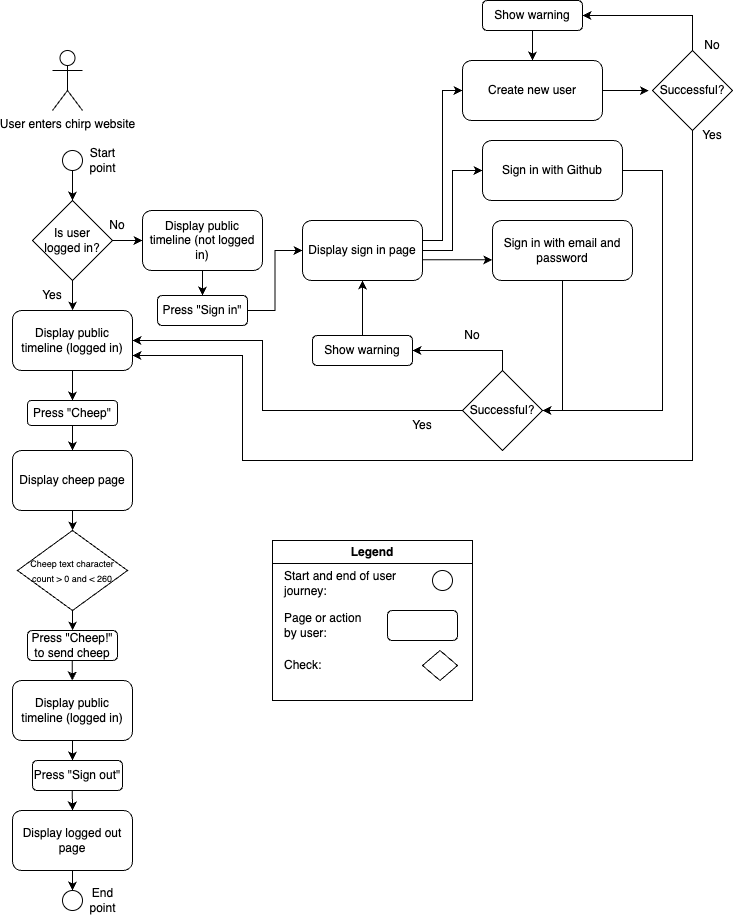
ITU-BDSA23-GROUP17/Chirp keeps this draw.io diagram as docs/images/uml/user-scenario.drawio.png. Above is the earlier version. Source tidied: cells renumbered, new cells last; positions are measured from the earlier drawing's top-left corner, leaving out a move shared by most shapes. Its diagram source:
```xml
<mxGraphModel background="#ffffff">
  <root>
    <mxCell id="0" />
    <mxCell id="1" parent="0" />
    <mxCell id="2" style="edgeStyle=orthogonalEdgeStyle;rounded=0;jettySize=auto;html=1;entryX=0.5;entryY=0;entryDx=0;entryDy=0;" parent="1" edge="1" source="3" target="6">
      <mxGeometry relative="1" as="geometry" />
    </mxCell>
    <mxCell id="3" style="ellipse;whiteSpace=wrap;html=1;" parent="1" vertex="1">
      <mxGeometry x="50" y="150" width="20" height="20" as="geometry" />
    </mxCell>
    <mxCell id="4" style="edgeStyle=orthogonalEdgeStyle;rounded=0;jettySize=auto;html=1;" parent="1" edge="1" source="6">
      <mxGeometry relative="1" as="geometry">
        <mxPoint x="130" y="240" as="targetPoint" />
      </mxGeometry>
    </mxCell>
    <mxCell id="5" style="edgeStyle=orthogonalEdgeStyle;rounded=0;jettySize=auto;html=1;" parent="1" edge="1" source="6" target="8">
      <mxGeometry relative="1" as="geometry" />
    </mxCell>
    <mxCell id="6" value="Is user &lt;br&gt;logged in?" style="rhombus;whiteSpace=wrap;html=1;" parent="1" vertex="1">
      <mxGeometry x="20" y="200" width="80" height="80" as="geometry" />
    </mxCell>
    <mxCell id="7" style="edgeStyle=orthogonalEdgeStyle;rounded=0;jettySize=auto;html=1;entryX=0.5;entryY=0;entryDx=0;entryDy=0;" parent="1" edge="1" source="8" target="51">
      <mxGeometry relative="1" as="geometry" />
    </mxCell>
    <mxCell id="8" value="Display public&lt;br&gt;timeline (logged in)" style="rounded=1;whiteSpace=wrap;html=1;" parent="1" vertex="1">
      <mxGeometry y="310" width="120" height="60" as="geometry" />
    </mxCell>
    <mxCell id="9" style="edgeStyle=orthogonalEdgeStyle;rounded=0;jettySize=auto;html=1;exitX=0.5;exitY=1;exitDx=0;exitDy=0;entryX=0.5;entryY=0;entryDx=0;entryDy=0;" parent="1" edge="1" source="10" target="47">
      <mxGeometry relative="1" as="geometry" />
    </mxCell>
    <mxCell id="10" value="Display public&lt;br&gt;timeline (not logged in)" style="rounded=1;whiteSpace=wrap;html=1;" parent="1" vertex="1">
      <mxGeometry x="130" y="210" width="120" height="60" as="geometry" />
    </mxCell>
    <mxCell id="11" value="No" style="text;html=1;strokeColor=none;fillColor=none;align=center;verticalAlign=middle;whiteSpace=wrap;rounded=0;" parent="1" vertex="1">
      <mxGeometry x="75" y="210" width="60" height="30" as="geometry" />
    </mxCell>
    <mxCell id="12" value="Yes" style="text;html=1;strokeColor=none;fillColor=none;align=center;verticalAlign=middle;whiteSpace=wrap;rounded=0;" parent="1" vertex="1">
      <mxGeometry x="10" y="280" width="60" height="30" as="geometry" />
    </mxCell>
    <mxCell id="13" style="edgeStyle=orthogonalEdgeStyle;rounded=0;jettySize=auto;html=1;entryX=0;entryY=0.5;entryDx=0;entryDy=0;" parent="1" edge="1" source="16" target="20">
      <mxGeometry relative="1" as="geometry">
        <Array as="points">
          <mxPoint x="430" y="240" />
          <mxPoint x="430" y="90" />
        </Array>
      </mxGeometry>
    </mxCell>
    <mxCell id="14" style="edgeStyle=orthogonalEdgeStyle;rounded=0;jettySize=auto;html=1;entryX=0;entryY=0.5;entryDx=0;entryDy=0;" parent="1" edge="1" source="16" target="22">
      <mxGeometry relative="1" as="geometry">
        <Array as="points">
          <mxPoint x="440" y="250" />
          <mxPoint x="440" y="170" />
        </Array>
      </mxGeometry>
    </mxCell>
    <mxCell id="15" style="edgeStyle=orthogonalEdgeStyle;rounded=0;jettySize=auto;html=1;entryX=-0.001;entryY=0.655;entryDx=0;entryDy=0;entryPerimeter=0;" parent="1" edge="1" source="16" target="24">
      <mxGeometry relative="1" as="geometry">
        <Array as="points">
          <mxPoint x="445" y="260" />
        </Array>
      </mxGeometry>
    </mxCell>
    <mxCell id="16" value="Display sign in page" style="rounded=1;whiteSpace=wrap;html=1;" parent="1" vertex="1">
      <mxGeometry x="290" y="220" width="120" height="60" as="geometry" />
    </mxCell>
    <mxCell id="17" style="edgeStyle=orthogonalEdgeStyle;rounded=0;jettySize=auto;html=1;entryX=1;entryY=0.5;entryDx=0;entryDy=0;exitX=0;exitY=0.5;exitDx=0;exitDy=0;" parent="1" edge="1" source="19" target="8">
      <mxGeometry relative="1" as="geometry">
        <Array as="points">
          <mxPoint x="250" y="410" />
          <mxPoint x="250" y="340" />
        </Array>
      </mxGeometry>
    </mxCell>
    <mxCell id="18" style="edgeStyle=orthogonalEdgeStyle;rounded=0;jettySize=auto;html=1;exitX=0.5;exitY=0;exitDx=0;exitDy=0;entryX=1;entryY=0.5;entryDx=0;entryDy=0;" parent="1" edge="1" source="19" target="26">
      <mxGeometry relative="1" as="geometry" />
    </mxCell>
    <mxCell id="19" value="Successful?" style="rhombus;whiteSpace=wrap;html=1;" parent="1" vertex="1">
      <mxGeometry x="450" y="370" width="80" height="80" as="geometry" />
    </mxCell>
    <mxCell id="20" value="Create new user" style="rounded=1;whiteSpace=wrap;html=1;" parent="1" vertex="1">
      <mxGeometry x="450" y="60" width="140" height="60" as="geometry" />
    </mxCell>
    <mxCell id="21" style="edgeStyle=orthogonalEdgeStyle;rounded=0;jettySize=auto;html=1;entryX=1;entryY=0.5;entryDx=0;entryDy=0;" parent="1" edge="1" source="22" target="19">
      <mxGeometry relative="1" as="geometry">
        <Array as="points">
          <mxPoint x="650" y="170" />
          <mxPoint x="650" y="410" />
        </Array>
      </mxGeometry>
    </mxCell>
    <mxCell id="22" value="Sign in with Github" style="rounded=1;whiteSpace=wrap;html=1;" parent="1" vertex="1">
      <mxGeometry x="470" y="140" width="140" height="60" as="geometry" />
    </mxCell>
    <mxCell id="23" style="edgeStyle=orthogonalEdgeStyle;rounded=0;jettySize=auto;html=1;entryX=1;entryY=0.5;entryDx=0;entryDy=0;" parent="1" edge="1" source="24" target="19">
      <mxGeometry relative="1" as="geometry" />
    </mxCell>
    <mxCell id="24" value="Sign in with email and password" style="rounded=1;whiteSpace=wrap;html=1;" parent="1" vertex="1">
      <mxGeometry x="480" y="220" width="140" height="60" as="geometry" />
    </mxCell>
    <mxCell id="25" style="edgeStyle=orthogonalEdgeStyle;rounded=0;jettySize=auto;html=1;entryX=0.5;entryY=1;entryDx=0;entryDy=0;" parent="1" edge="1" source="26" target="16">
      <mxGeometry relative="1" as="geometry" />
    </mxCell>
    <mxCell id="26" value="Show warning" style="rounded=1;whiteSpace=wrap;html=1;" parent="1" vertex="1">
      <mxGeometry x="300" y="335" width="100" height="30" as="geometry" />
    </mxCell>
    <mxCell id="27" value="No" style="text;html=1;strokeColor=none;fillColor=none;align=center;verticalAlign=middle;whiteSpace=wrap;rounded=0;" parent="1" vertex="1">
      <mxGeometry x="430" y="320" width="60" height="30" as="geometry" />
    </mxCell>
    <mxCell id="28" value="Yes" style="text;html=1;strokeColor=none;fillColor=none;align=center;verticalAlign=middle;whiteSpace=wrap;rounded=0;" parent="1" vertex="1">
      <mxGeometry x="380" y="410" width="60" height="30" as="geometry" />
    </mxCell>
    <mxCell id="29" style="edgeStyle=orthogonalEdgeStyle;rounded=0;jettySize=auto;html=1;entryX=1;entryY=0.5;entryDx=0;entryDy=0;" parent="1" edge="1" source="31" target="33">
      <mxGeometry relative="1" as="geometry">
        <Array as="points">
          <mxPoint x="680" y="15" />
        </Array>
      </mxGeometry>
    </mxCell>
    <mxCell id="30" style="edgeStyle=orthogonalEdgeStyle;rounded=0;jettySize=auto;html=1;exitX=0.5;exitY=1;exitDx=0;exitDy=0;entryX=1;entryY=0.75;entryDx=0;entryDy=0;" parent="1" edge="1" source="31" target="8">
      <mxGeometry relative="1" as="geometry">
        <Array as="points">
          <mxPoint x="680" y="460" />
          <mxPoint x="230" y="460" />
          <mxPoint x="230" y="355" />
        </Array>
      </mxGeometry>
    </mxCell>
    <mxCell id="31" value="Successful?" style="rhombus;whiteSpace=wrap;html=1;" parent="1" vertex="1">
      <mxGeometry x="640" y="50" width="80" height="80" as="geometry" />
    </mxCell>
    <mxCell id="32" style="edgeStyle=orthogonalEdgeStyle;rounded=0;jettySize=auto;html=1;entryX=0.5;entryY=0;entryDx=0;entryDy=0;" parent="1" edge="1" source="33" target="20">
      <mxGeometry relative="1" as="geometry" />
    </mxCell>
    <mxCell id="33" value="Show warning" style="rounded=1;whiteSpace=wrap;html=1;" parent="1" vertex="1">
      <mxGeometry x="470" width="100" height="30" as="geometry" />
    </mxCell>
    <mxCell id="34" value="No" style="text;html=1;strokeColor=none;fillColor=none;align=center;verticalAlign=middle;whiteSpace=wrap;rounded=0;" parent="1" vertex="1">
      <mxGeometry x="670" y="30" width="60" height="30" as="geometry" />
    </mxCell>
    <mxCell id="35" style="edgeStyle=orthogonalEdgeStyle;rounded=0;jettySize=auto;html=1;" parent="1" edge="1" source="36">
      <mxGeometry relative="1" as="geometry">
        <mxPoint x="60" y="530" as="targetPoint" />
      </mxGeometry>
    </mxCell>
    <mxCell id="36" value="Display cheep page" style="rounded=1;whiteSpace=wrap;html=1;" parent="1" vertex="1">
      <mxGeometry y="450" width="120" height="60" as="geometry" />
    </mxCell>
    <mxCell id="37" value="User enters chirp website" style="shape=umlActor;verticalLabelPosition=bottom;verticalAlign=top;html=1;" parent="1" vertex="1">
      <mxGeometry x="40" y="50" width="30" height="60" as="geometry" />
    </mxCell>
    <mxCell id="38" style="edgeStyle=orthogonalEdgeStyle;rounded=0;orthogonalLoop=1;jettySize=auto;html=1;" parent="1" edge="1">
      <mxGeometry relative="1" as="geometry">
        <mxPoint x="59.8" y="660" as="sourcePoint" />
        <mxPoint x="59.8" y="680" as="targetPoint" />
      </mxGeometry>
    </mxCell>
    <mxCell id="39" style="edgeStyle=orthogonalEdgeStyle;rounded=0;jettySize=auto;html=1;" parent="1" edge="1" source="40">
      <mxGeometry relative="1" as="geometry">
        <mxPoint x="60" y="630" as="targetPoint" />
      </mxGeometry>
    </mxCell>
    <mxCell id="40" value="&lt;font style=&quot;font-size: 9px;&quot;&gt;Cheep text character count &amp;gt; 0 and &amp;lt; 260&lt;/font&gt;" style="rhombus;whiteSpace=wrap;html=1;" parent="1" vertex="1">
      <mxGeometry x="5" y="530" width="110" height="80" as="geometry" />
    </mxCell>
    <mxCell id="41" style="edgeStyle=orthogonalEdgeStyle;rounded=0;jettySize=auto;html=1;exitX=0.5;exitY=1;exitDx=0;exitDy=0;" parent="1" edge="1" source="42">
      <mxGeometry relative="1" as="geometry">
        <mxPoint x="60" y="760" as="targetPoint" />
      </mxGeometry>
    </mxCell>
    <mxCell id="42" value="Display public&lt;br&gt;timeline (logged in)" style="rounded=1;whiteSpace=wrap;html=1;" parent="1" vertex="1">
      <mxGeometry y="680" width="120" height="60" as="geometry" />
    </mxCell>
    <mxCell id="43" style="edgeStyle=orthogonalEdgeStyle;rounded=0;orthogonalLoop=1;jettySize=auto;html=1;" parent="1" edge="1">
      <mxGeometry relative="1" as="geometry">
        <mxPoint x="59.8" y="790" as="sourcePoint" />
        <mxPoint x="60" y="810" as="targetPoint" />
      </mxGeometry>
    </mxCell>
    <mxCell id="44" style="edgeStyle=orthogonalEdgeStyle;rounded=0;jettySize=auto;html=1;exitX=0.5;exitY=1;exitDx=0;exitDy=0;" parent="1" edge="1" source="45">
      <mxGeometry relative="1" as="geometry">
        <mxPoint x="60" y="890" as="targetPoint" />
      </mxGeometry>
    </mxCell>
    <mxCell id="45" value="Display logged out page" style="rounded=1;whiteSpace=wrap;html=1;" parent="1" vertex="1">
      <mxGeometry y="810" width="120" height="60" as="geometry" />
    </mxCell>
    <mxCell id="46" style="edgeStyle=orthogonalEdgeStyle;rounded=0;jettySize=auto;html=1;exitX=1;exitY=0.5;exitDx=0;exitDy=0;entryX=0;entryY=0.5;entryDx=0;entryDy=0;" parent="1" edge="1" source="47" target="16">
      <mxGeometry relative="1" as="geometry" />
    </mxCell>
    <mxCell id="47" value="Press &quot;Sign in&quot;" style="rounded=1;whiteSpace=wrap;html=1;" parent="1" vertex="1">
      <mxGeometry x="145" y="295" width="90" height="30" as="geometry" />
    </mxCell>
    <mxCell id="48" style="edgeStyle=orthogonalEdgeStyle;rounded=0;jettySize=auto;html=1;exitX=1;exitY=0.5;exitDx=0;exitDy=0;entryX=-0.045;entryY=0.501;entryDx=0;entryDy=0;entryPerimeter=0;" parent="1" edge="1" source="20" target="31">
      <mxGeometry relative="1" as="geometry" />
    </mxCell>
    <mxCell id="49" value="Yes" style="text;html=1;strokeColor=none;fillColor=none;align=center;verticalAlign=middle;whiteSpace=wrap;rounded=0;" parent="1" vertex="1">
      <mxGeometry x="670" y="120" width="60" height="30" as="geometry" />
    </mxCell>
    <mxCell id="50" style="edgeStyle=orthogonalEdgeStyle;rounded=0;jettySize=auto;html=1;entryX=0.5;entryY=0;entryDx=0;entryDy=0;" parent="1" edge="1" source="51" target="36">
      <mxGeometry relative="1" as="geometry" />
    </mxCell>
    <mxCell id="51" value="Press &quot;Cheep&quot;" style="rounded=1;whiteSpace=wrap;html=1;" parent="1" vertex="1">
      <mxGeometry x="15" y="400" width="90" height="25" as="geometry" />
    </mxCell>
    <mxCell id="52" value="Press &quot;Sign out&quot;" style="rounded=1;whiteSpace=wrap;html=1;" parent="1" vertex="1">
      <mxGeometry x="20" y="760" width="90" height="30" as="geometry" />
    </mxCell>
    <mxCell id="53" style="ellipse;whiteSpace=wrap;html=1;" parent="1" vertex="1">
      <mxGeometry x="50" y="890" width="20" height="20" as="geometry" />
    </mxCell>
    <mxCell id="54" value="Press &quot;Cheep!&quot; to send cheep" style="rounded=1;whiteSpace=wrap;html=1;" parent="1" vertex="1">
      <mxGeometry x="15" y="630" width="90" height="30" as="geometry" />
    </mxCell>
    <mxCell id="55" value="Legend" style="swimlane;whiteSpace=wrap;html=1;" parent="1" vertex="1">
      <mxGeometry x="260" y="540" width="200" height="160" as="geometry" />
    </mxCell>
    <mxCell id="56" style="ellipse;whiteSpace=wrap;html=1;" parent="55" vertex="1">
      <mxGeometry x="160" y="30" width="20" height="20" as="geometry" />
    </mxCell>
    <mxCell id="57" style="edgeStyle=orthogonalEdgeStyle;rounded=0;jettySize=auto;html=1;exitX=0;exitY=0.25;exitDx=0;exitDy=0;" parent="55" edge="1" source="58">
      <mxGeometry relative="1" as="geometry">
        <mxPoint x="120.2" y="100" as="targetPoint" />
      </mxGeometry>
    </mxCell>
    <mxCell id="58" style="rounded=1;whiteSpace=wrap;html=1;" parent="55" vertex="1">
      <mxGeometry x="115" y="70" width="70" height="30" as="geometry" />
    </mxCell>
    <mxCell id="59" style="rhombus;whiteSpace=wrap;html=1;" parent="55" vertex="1">
      <mxGeometry x="150" y="110" width="35" height="30" as="geometry" />
    </mxCell>
    <mxCell id="60" value="Start and end of user journey:" style="text;html=1;strokeColor=none;fillColor=none;align=left;verticalAlign=middle;whiteSpace=wrap;rounded=0;" parent="55" vertex="1">
      <mxGeometry x="10" y="35" width="120" height="15" as="geometry" />
    </mxCell>
    <mxCell id="61" value="Page or action by user:" style="text;html=1;strokeColor=none;fillColor=none;align=left;verticalAlign=middle;whiteSpace=wrap;rounded=0;" parent="55" vertex="1">
      <mxGeometry x="10" y="75" width="92.5" height="20" as="geometry" />
    </mxCell>
    <mxCell id="62" value="Check:" style="text;html=1;strokeColor=none;fillColor=none;align=left;verticalAlign=middle;whiteSpace=wrap;rounded=0;" parent="55" vertex="1">
      <mxGeometry x="10" y="115" width="92.5" height="20" as="geometry" />
    </mxCell>
    <mxCell id="63" value="Start &lt;br&gt;point" style="text;html=1;align=center;verticalAlign=middle;strokeColor=none;fillColor=none;" parent="1" vertex="1">
      <mxGeometry x="65" y="140" width="50" height="40" as="geometry" />
    </mxCell>
    <mxCell id="64" value="End&lt;br&gt;point" style="text;html=1;align=center;verticalAlign=middle;strokeColor=none;fillColor=none;" parent="1" vertex="1">
      <mxGeometry x="65" y="880" width="50" height="40" as="geometry" />
    </mxCell>
  </root>
</mxGraphModel>
```
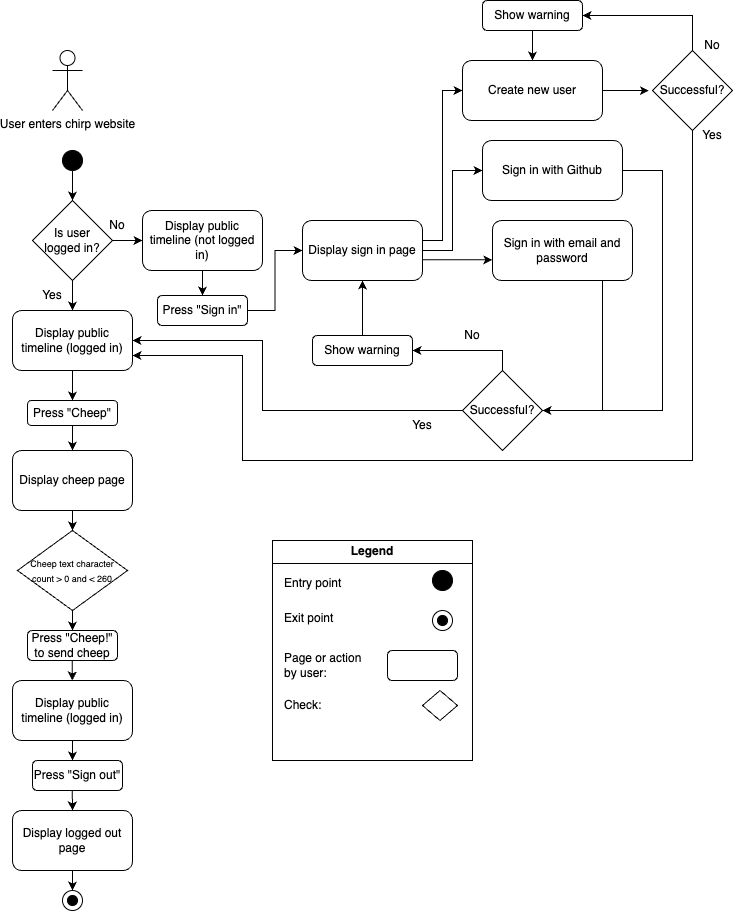
After the change.

Commit message:
updated user scenario diagram

Diff of the diagram source:
```diff
@@ -5,7 +5,7 @@
     <mxCell id="2" style="edgeStyle=orthogonalEdgeStyle;rounded=0;jettySize=auto;html=1;entryX=0.5;entryY=0;entryDx=0;entryDy=0;" parent="1" edge="1" source="3" target="6">
       <mxGeometry relative="1" as="geometry" />
     </mxCell>
-    <mxCell id="3" style="ellipse;whiteSpace=wrap;html=1;" parent="1" vertex="1">
+    <mxCell id="3" style="ellipse;whiteSpace=wrap;html=1;fillColor=#000000;" parent="1" vertex="1">
       <mxGeometry x="50" y="150" width="20" height="20" as="geometry" />
     </mxCell>
     <mxCell id="4" style="edgeStyle=orthogonalEdgeStyle;rounded=0;jettySize=auto;html=1;" parent="1" edge="1" source="6">
@@ -92,7 +92,11 @@
       <mxGeometry x="470" y="140" width="140" height="60" as="geometry" />
     </mxCell>
     <mxCell id="23" style="edgeStyle=orthogonalEdgeStyle;rounded=0;jettySize=auto;html=1;entryX=1;entryY=0.5;entryDx=0;entryDy=0;" parent="1" edge="1" source="24" target="19">
-      <mxGeometry relative="1" as="geometry" />
+      <mxGeometry relative="1" as="geometry">
+        <Array as="points">
+          <mxPoint x="590" y="410" />
+        </Array>
+      </mxGeometry>
     </mxCell>
     <mxCell id="24" value="Sign in with email and password" style="rounded=1;whiteSpace=wrap;html=1;" parent="1" vertex="1">
       <mxGeometry x="480" y="220" width="140" height="60" as="geometry" />
@@ -212,36 +216,37 @@
       <mxGeometry x="15" y="630" width="90" height="30" as="geometry" />
     </mxCell>
     <mxCell id="55" value="Legend" style="swimlane;whiteSpace=wrap;html=1;" parent="1" vertex="1">
-      <mxGeometry x="260" y="540" width="200" height="160" as="geometry" />
+      <mxGeometry x="260" y="540" width="200" height="220" as="geometry" />
     </mxCell>
-    <mxCell id="56" style="ellipse;whiteSpace=wrap;html=1;" parent="55" vertex="1">
+    <mxCell id="56" style="ellipse;whiteSpace=wrap;html=1;fillColor=#000000;" parent="55" vertex="1">
       <mxGeometry x="160" y="30" width="20" height="20" as="geometry" />
     </mxCell>
-    <mxCell id="57" style="edgeStyle=orthogonalEdgeStyle;rounded=0;jettySize=auto;html=1;exitX=0;exitY=0.25;exitDx=0;exitDy=0;" parent="55" edge="1" source="58">
-      <mxGeometry relative="1" as="geometry">
-        <mxPoint x="120.2" y="100" as="targetPoint" />
-      </mxGeometry>
-    </mxCell>
     <mxCell id="58" style="rounded=1;whiteSpace=wrap;html=1;" parent="55" vertex="1">
-      <mxGeometry x="115" y="70" width="70" height="30" as="geometry" />
+      <mxGeometry x="115" y="110" width="70" height="30" as="geometry" />
     </mxCell>
     <mxCell id="59" style="rhombus;whiteSpace=wrap;html=1;" parent="55" vertex="1">
-      <mxGeometry x="150" y="110" width="35" height="30" as="geometry" />
+      <mxGeometry x="150" y="150" width="35" height="30" as="geometry" />
     </mxCell>
-    <mxCell id="60" value="Start and end of user journey:" style="text;html=1;strokeColor=none;fillColor=none;align=left;verticalAlign=middle;whiteSpace=wrap;rounded=0;" parent="55" vertex="1">
+    <mxCell id="60" value="Entry point" style="text;html=1;strokeColor=none;fillColor=none;align=left;verticalAlign=middle;whiteSpace=wrap;rounded=0;" parent="55" vertex="1">
       <mxGeometry x="10" y="35" width="120" height="15" as="geometry" />
     </mxCell>
     <mxCell id="61" value="Page or action by user:" style="text;html=1;strokeColor=none;fillColor=none;align=left;verticalAlign=middle;whiteSpace=wrap;rounded=0;" parent="55" vertex="1">
-      <mxGeometry x="10" y="75" width="92.5" height="20" as="geometry" />
+      <mxGeometry x="10" y="115" width="92.5" height="20" as="geometry" />
     </mxCell>
     <mxCell id="62" value="Check:" style="text;html=1;strokeColor=none;fillColor=none;align=left;verticalAlign=middle;whiteSpace=wrap;rounded=0;" parent="55" vertex="1">
-      <mxGeometry x="10" y="115" width="92.5" height="20" as="geometry" />
+      <mxGeometry x="10" y="155" width="92.5" height="20" as="geometry" />
     </mxCell>
-    <mxCell id="63" value="Start &lt;br&gt;point" style="text;html=1;align=center;verticalAlign=middle;strokeColor=none;fillColor=none;" parent="1" vertex="1">
-      <mxGeometry x="65" y="140" width="50" height="40" as="geometry" />
-    </mxCell>
-    <mxCell id="64" value="End&lt;br&gt;point" style="text;html=1;align=center;verticalAlign=middle;strokeColor=none;fillColor=none;" parent="1" vertex="1">
-      <mxGeometry x="65" y="880" width="50" height="40" as="geometry" />
-    </mxCell>
+    <mxCell id="65" value="Exit point" style="text;html=1;strokeColor=none;fillColor=none;align=left;verticalAlign=middle;whiteSpace=wrap;rounded=0;" parent="55" vertex="1">
+      <mxGeometry x="10" y="70" width="120" height="15" as="geometry" />
+    </mxCell>
+    <mxCell id="66" style="ellipse;whiteSpace=wrap;html=1;" parent="55" vertex="1">
+      <mxGeometry x="160" y="70" width="20" height="20" as="geometry" />
+    </mxCell>
+    <mxCell id="67" style="ellipse;whiteSpace=wrap;html=1;fillColor=#000000;" parent="55" vertex="1">
+      <mxGeometry x="165" y="75" width="10" height="10" as="geometry" />
+    </mxCell>
+    <mxCell id="68" style="ellipse;whiteSpace=wrap;html=1;fillColor=#000000;" parent="1" vertex="1">
+      <mxGeometry x="55" y="895" width="10" height="10" as="geometry" />
+    </mxCell>
   </root>
 </mxGraphModel>
```
